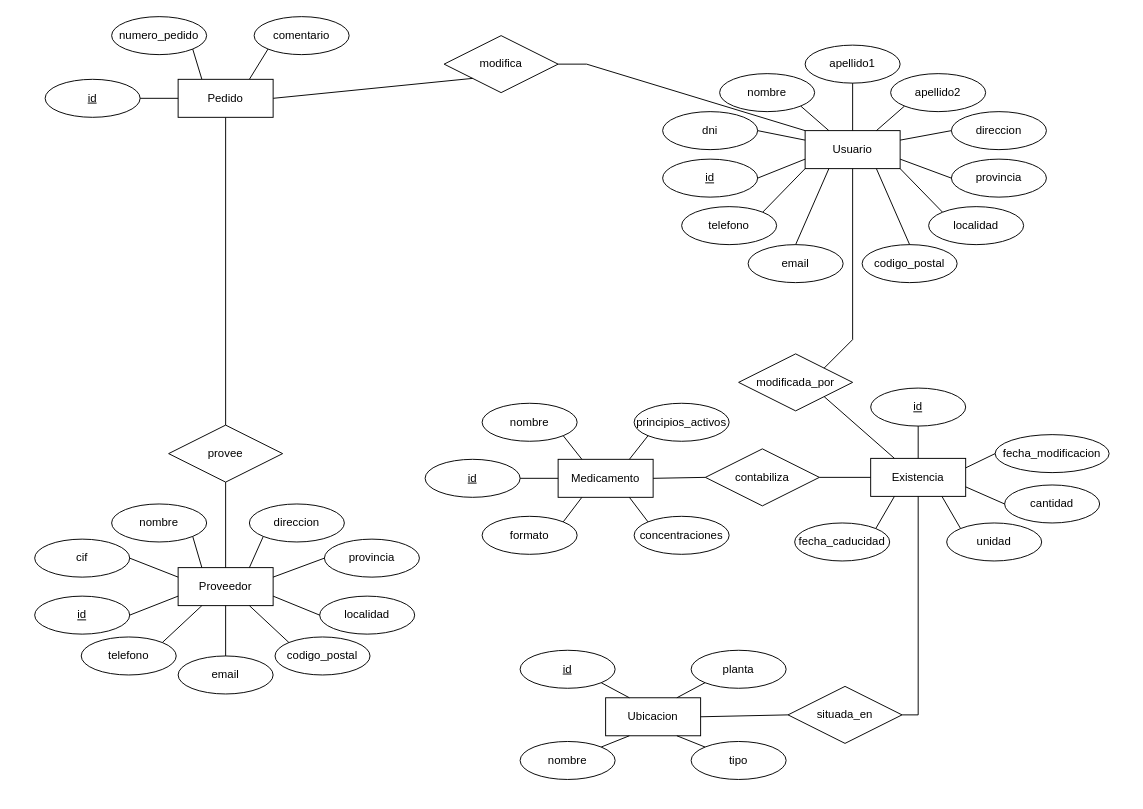
Above: Diagrama sin título.drawio in mariopr25/AlmacenMedicamentosER (draw.io), before the change. Source tidied: cells renumbered, new cells numbered last; positions are measured from the earlier drawing's top-left corner, leaving out a move shared by most shapes. Both pictures are drawn from the tidied source at 95%, with x=0, y=0 at pixel (16, 16).
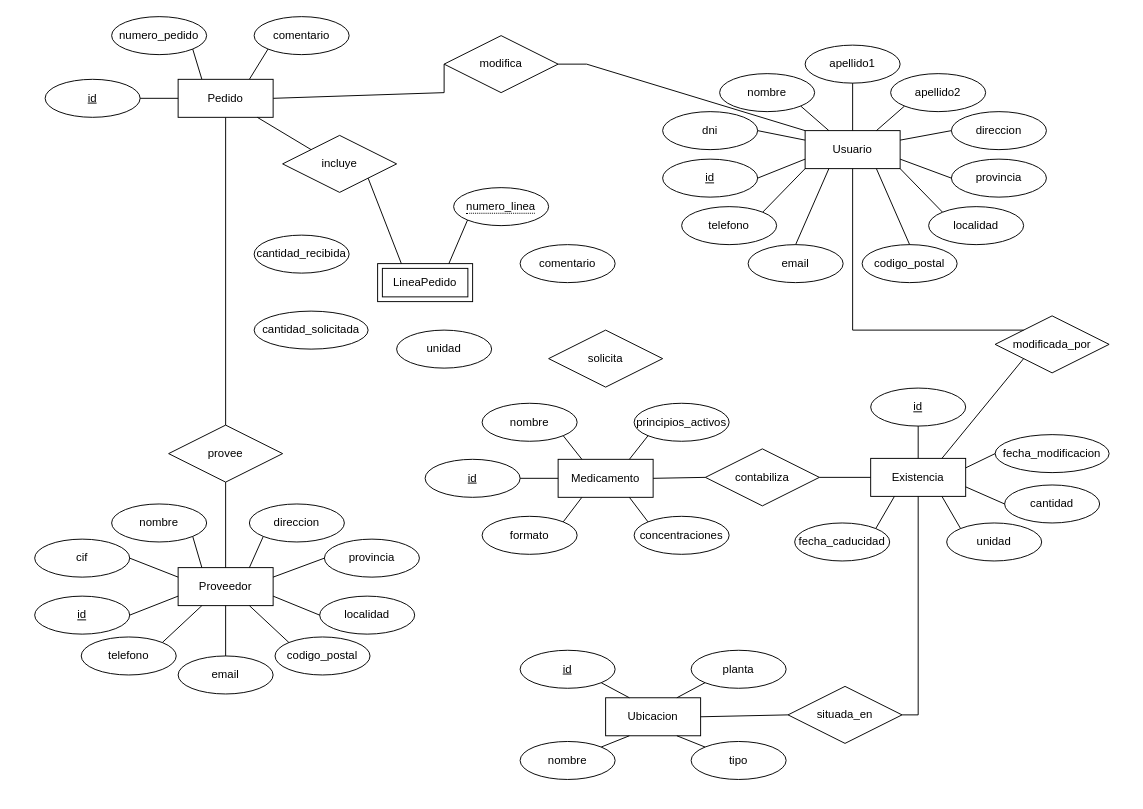
Above is the later version.

Commit message:
Parcialmente creadao Linea_Pedido con sus relaciones

The change refers to these unchanged cells:
```xml
<mxCell id="24" value="&lt;div&gt;Usuario&lt;/div&gt;" style="whiteSpace=wrap;html=1;align=center;" parent="23" vertex="1">
  <mxGeometry x="170" y="90" width="100" height="40" as="geometry" />
</mxCell>
<mxCell id="71" value="&lt;div&gt;Existencia&lt;/div&gt;" style="whiteSpace=wrap;html=1;align=center;" parent="70" vertex="1">
  <mxGeometry x="80" y="90" width="100" height="40" as="geometry" />
</mxCell>
<mxCell id="93" value="modifica" style="shape=rhombus;perimeter=rhombusPerimeter;whiteSpace=wrap;html=1;align=center;" parent="1" vertex="1">
  <mxGeometry x="450" y="20" width="120" height="60" as="geometry" />
</mxCell>
<mxCell id="101" value="Pedido" style="whiteSpace=wrap;html=1;align=center;" parent="96" vertex="1">
  <mxGeometry x="140" y="66" width="100" height="40" as="geometry" />
</mxCell>
```

The edit, as a diff of the source:
```diff
@@
     <mxCell id="87" value="modificada_por" style="shape=rhombus;perimeter=rhombusPerimeter;whiteSpace=wrap;html=1;align=center;" parent="1" vertex="1">
-      <mxGeometry x="760" y="355" width="120" height="60" as="geometry" />
+      <mxGeometry x="1030" y="315" width="120" height="60" as="geometry" />
     </mxCell>
-    <mxCell id="88" style="endArrow=none;html=1;rounded=0;exitX=1;exitY=1;exitDx=0;exitDy=0;entryX=0.25;entryY=0;entryDx=0;entryDy=0;" parent="1" edge="1" source="87" target="71">
+    <mxCell id="88" style="endArrow=none;html=1;rounded=0;exitX=0;exitY=1;exitDx=0;exitDy=0;entryX=0.75;entryY=0;entryDx=0;entryDy=0;" parent="1" edge="1" source="87" target="71">
       <mxGeometry relative="1" as="geometry" />
     </mxCell>
-    <mxCell id="89" style="endArrow=none;html=1;rounded=0;entryX=1;entryY=0;entryDx=0;entryDy=0;exitX=0.5;exitY=1;exitDx=0;exitDy=0;" parent="1" edge="1" source="24" target="87">
+    <mxCell id="89" style="endArrow=none;html=1;rounded=0;exitX=0.5;exitY=1;exitDx=0;exitDy=0;entryX=0;entryY=0;entryDx=0;entryDy=0;" parent="1" edge="1" source="24" target="87">
       <mxGeometry relative="1" as="geometry">
         <Array as="points">
-          <mxPoint x="880" y="340" />
+          <mxPoint x="880" y="330" />
         </Array>
       </mxGeometry>
     </mxCell>
@@
-    <mxCell id="95" style="endArrow=none;html=1;rounded=0;entryX=0;entryY=1;entryDx=0;entryDy=0;exitX=1;exitY=0.5;exitDx=0;exitDy=0;" parent="1" edge="1" source="101" target="93">
-      <mxGeometry relative="1" as="geometry" />
+    <mxCell id="95" style="endArrow=none;html=1;rounded=0;entryX=0;entryY=0.5;entryDx=0;entryDy=0;exitX=1;exitY=0.5;exitDx=0;exitDy=0;" parent="1" edge="1" source="101" target="93">
+      <mxGeometry relative="1" as="geometry">
+        <Array as="points">
+          <mxPoint x="450" y="80" />
+        </Array>
+      </mxGeometry>
     </mxCell>
@@
+    <mxCell id="104" value="LineaPedido" style="shape=ext;margin=3;double=1;whiteSpace=wrap;html=1;align=center;" parent="1" vertex="1">
+      <mxGeometry x="380" y="260" width="100" height="40" as="geometry" />
+    </mxCell>
+    <mxCell id="105" value="&lt;span style=&quot;border-bottom: 1px dotted&quot;&gt;numero_linea&lt;br&gt;&lt;/span&gt;" style="ellipse;whiteSpace=wrap;html=1;align=center;" parent="1" vertex="1">
+      <mxGeometry x="460" y="180" width="100" height="40" as="geometry" />
+    </mxCell>
+    <mxCell id="106" value="incluye" style="shape=rhombus;perimeter=rhombusPerimeter;whiteSpace=wrap;html=1;align=center;" parent="1" vertex="1">
+      <mxGeometry x="280" y="125" width="120" height="60" as="geometry" />
+    </mxCell>
+    <mxCell id="107" value="&lt;div&gt;solicita&lt;/div&gt;" style="shape=rhombus;perimeter=rhombusPerimeter;whiteSpace=wrap;html=1;align=center;" parent="1" vertex="1">
+      <mxGeometry x="560" y="330" width="120" height="60" as="geometry" />
+    </mxCell>
+    <mxCell id="108" style="endArrow=none;html=1;rounded=0;exitX=0;exitY=0;exitDx=0;exitDy=0;" parent="1" edge="1" source="106" target="101">
+      <mxGeometry relative="1" as="geometry" />
+    </mxCell>
+    <mxCell id="109" style="endArrow=none;html=1;rounded=0;exitX=1;exitY=1;exitDx=0;exitDy=0;entryX=0.25;entryY=0;entryDx=0;entryDy=0;" parent="1" edge="1" source="106" target="104">
+      <mxGeometry relative="1" as="geometry" />
+    </mxCell>
+    <mxCell id="110" style="endArrow=none;html=1;rounded=0;exitX=0.75;exitY=0;exitDx=0;exitDy=0;entryX=0;entryY=1;entryDx=0;entryDy=0;" parent="1" edge="1" source="104" target="105">
+      <mxGeometry relative="1" as="geometry" />
+    </mxCell>
+    <mxCell id="111" value="cantidad_solicitada" style="ellipse;whiteSpace=wrap;html=1;align=center;" parent="1" vertex="1">
+      <mxGeometry x="250" y="310" width="120" height="40" as="geometry" />
+    </mxCell>
+    <mxCell id="112" value="unidad" style="ellipse;whiteSpace=wrap;html=1;align=center;" parent="1" vertex="1">
+      <mxGeometry x="400" y="330" width="100" height="40" as="geometry" />
+    </mxCell>
+    <mxCell id="113" value="comentario" style="ellipse;whiteSpace=wrap;html=1;align=center;" parent="1" vertex="1">
+      <mxGeometry x="530" y="240" width="100" height="40" as="geometry" />
+    </mxCell>
+    <mxCell id="114" value="cantidad_recibida" style="ellipse;whiteSpace=wrap;html=1;align=center;" parent="1" vertex="1">
+      <mxGeometry x="250" y="230" width="100" height="40" as="geometry" />
+    </mxCell>
```
